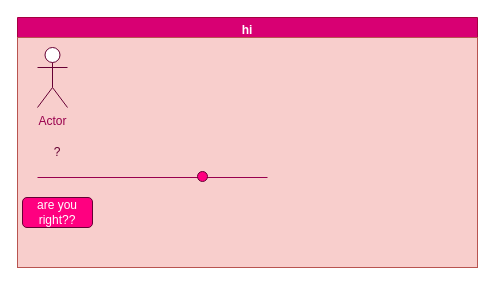
Above: design/storyboard.drawio in sophie-nguyen-0/ICS2O-unit5-01-slider (draw.io), before the change. Source tidied: cells renumbered, new cells numbered last; positions are measured from the earlier drawing's top-left corner, leaving out a move shared by most shapes. Both pictures are drawn from the tidied source at 100%, with x=0, y=0 at pixel (17, 17).
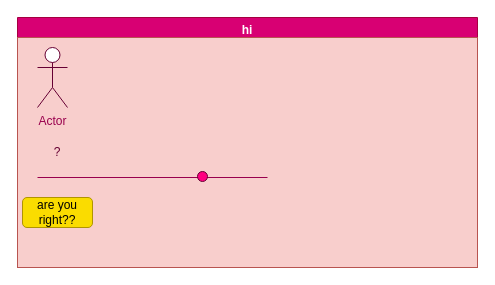
Above is the later version.

The edit, as a diff of the source:
```diff
@@
 <mxGraphModel>
   <root>
     <mxCell id="0" />
     <mxCell id="1" parent="0" />
     <mxCell id="2" value="hi" style="swimlane;fillColor=#d80073;fontColor=#ffffff;strokeColor=#A50040;" parent="1" vertex="1">
       <mxGeometry width="460" height="250" as="geometry" />
     </mxCell>
     <mxCell id="3" style="rounded=0;whiteSpace=wrap;html=1;fillColor=#f8cecc;strokeColor=#b85450;" parent="2" vertex="1">
       <mxGeometry y="20" width="460" height="230" as="geometry" />
     </mxCell>
     <mxCell id="4" value="Actor" style="shape=umlActor;verticalLabelPosition=bottom;verticalAlign=top;html=1;strokeColor=#660033;fontColor=#99004D;" parent="2" vertex="1">
       <mxGeometry x="20" y="30" width="30" height="60" as="geometry" />
     </mxCell>
     <mxCell id="5" value="&lt;font color=&quot;#660033&quot;&gt;?&lt;/font&gt;" style="text;html=1;strokeColor=none;fillColor=none;align=center;verticalAlign=middle;whiteSpace=wrap;rounded=0;" parent="2" vertex="1">
       <mxGeometry x="10" y="120" width="60" height="30" as="geometry" />
     </mxCell>
     <mxCell id="6" style="endArrow=none;html=1;fontColor=#99004D;strokeColor=#99004D;" parent="2" edge="1">
       <mxGeometry relative="1" as="geometry">
         <mxPoint x="20" y="160" as="sourcePoint" />
         <mxPoint x="250" y="160" as="targetPoint" />
       </mxGeometry>
     </mxCell>
     <mxCell id="7" style="ellipse;whiteSpace=wrap;html=1;fontColor=#99004D;strokeColor=#660033;fillColor=#FF0080;" parent="2" vertex="1">
       <mxGeometry x="180" y="154" width="10" height="10" as="geometry" />
     </mxCell>
-    <mxCell id="8" value="&lt;font color=&quot;#ffffff&quot;&gt;are you right??&lt;/font&gt;" style="rounded=1;whiteSpace=wrap;html=1;fontColor=#99004D;strokeColor=#660033;fillColor=#FF0080;" parent="2" vertex="1">
+    <mxCell id="8" value="&lt;font&gt;are you right??&lt;/font&gt;" style="rounded=1;whiteSpace=wrap;html=1;fontColor=#000000;strokeColor=#B09500;fillColor=#FADC00;" parent="2" vertex="1">
       <mxGeometry x="5" y="180" width="70" height="30" as="geometry" />
     </mxCell>
   </root>
 </mxGraphModel>
```
